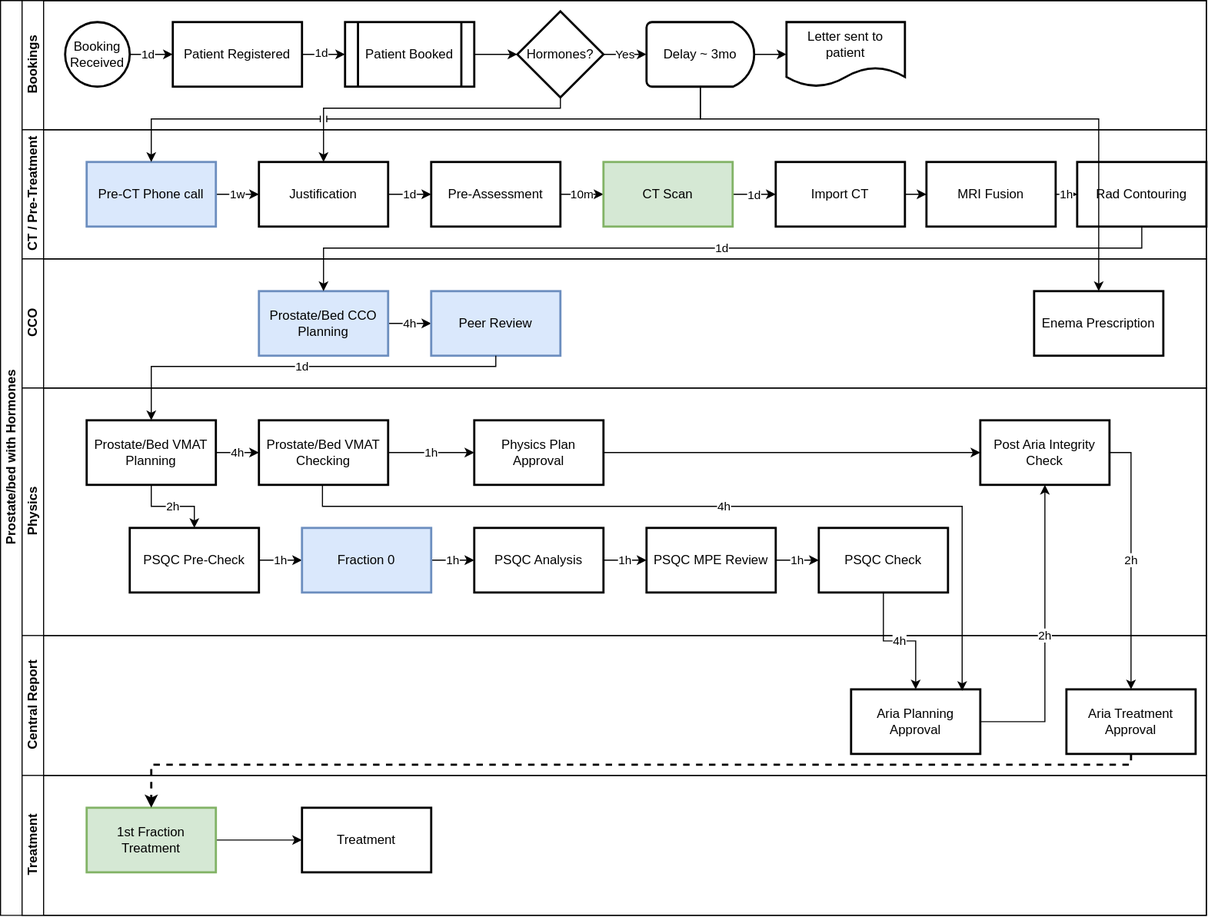
This is Assets/ProstateOnly_Hormone.svg from MCollins87/CarePathReview, a draw.io export, as it was before one commit. Source tidied: cells renumbered, new cells last; positions are measured from the earlier drawing's top-left corner, leaving out a move shared by most shapes.
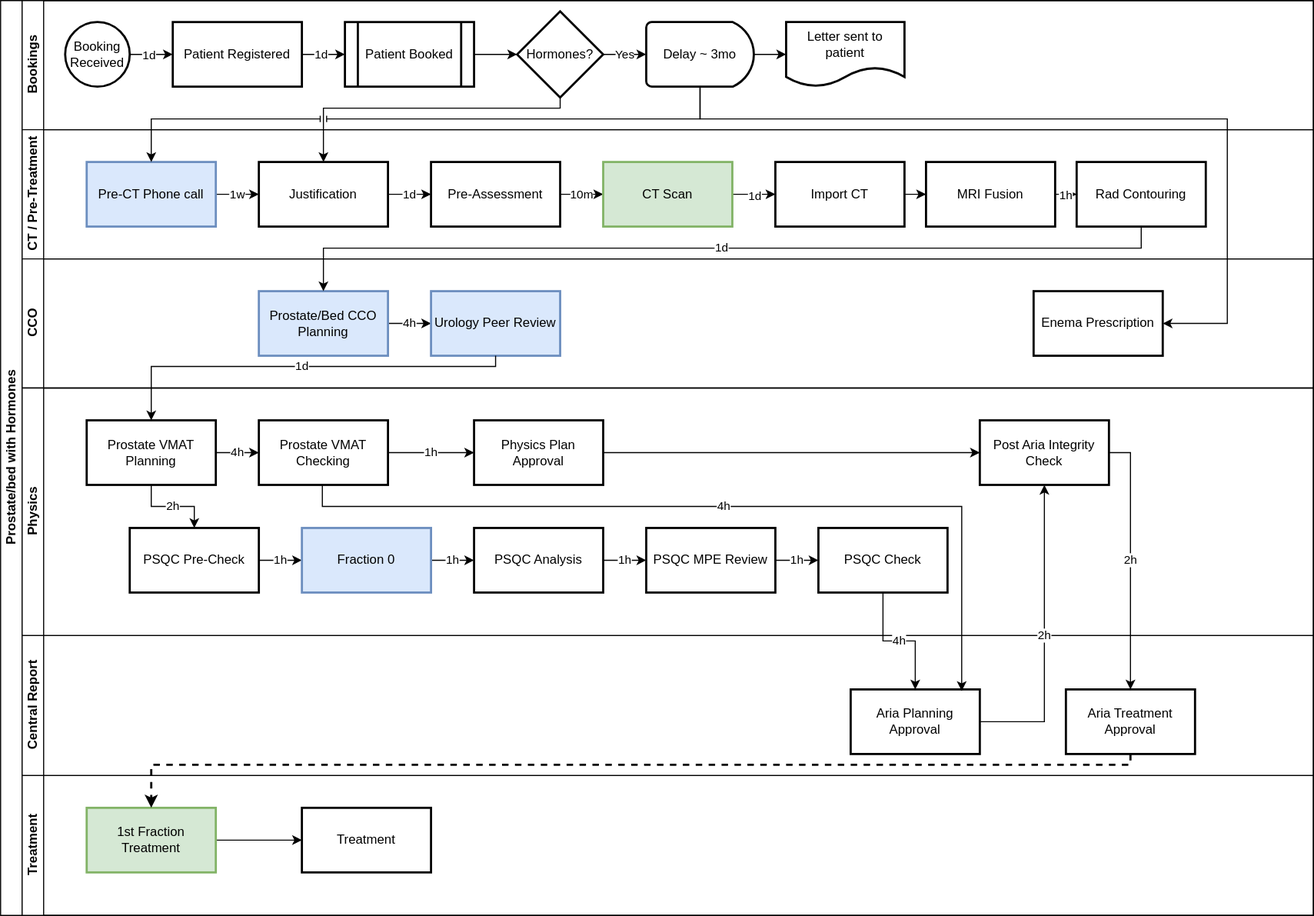
Above is the later version.

What changed in the source:
```diff
@@ -3,10 +3,10 @@
     <mxCell id="0" />
     <mxCell id="1" parent="0" />
     <mxCell id="2" value="Prostate/bed with Hormones" style="swimlane;html=1;horizontal=0;startSize=20;" parent="1" vertex="1">
-      <mxGeometry width="1120" height="850" as="geometry" />
+      <mxGeometry width="1220" height="850" as="geometry" />
     </mxCell>
     <mxCell id="3" value="Bookings" style="swimlane;html=1;startSize=20;horizontal=0;" parent="2" vertex="1">
-      <mxGeometry x="20" width="1100" height="120" as="geometry" />
+      <mxGeometry x="20" width="1200" height="120" as="geometry" />
     </mxCell>
     <mxCell id="4" style="edgeStyle=orthogonalEdgeStyle;rounded=0;jettySize=auto;html=1;" parent="3" edge="1" source="6" target="9">
       <mxGeometry relative="1" as="geometry" />
@@ -48,7 +48,7 @@
       <mxGeometry relative="1" as="geometry" />
     </mxCell>
     <mxCell id="17" value="CT / Pre-Treatment" style="swimlane;html=1;startSize=20;horizontal=0;" parent="2" vertex="1">
-      <mxGeometry x="20" y="120" width="1100" height="120" as="geometry" />
+      <mxGeometry x="20" y="120" width="1200" height="120" as="geometry" />
     </mxCell>
     <mxCell id="18" value="1w" style="edgeStyle=orthogonalEdgeStyle;rounded=0;jettySize=auto;html=1;" parent="17" edge="1" source="19" target="21">
       <mxGeometry relative="1" as="geometry" />
@@ -96,7 +96,7 @@
       <mxGeometry relative="1" as="geometry" />
     </mxCell>
     <mxCell id="33" value="CCO" style="swimlane;html=1;startSize=20;horizontal=0;" parent="2" vertex="1">
-      <mxGeometry x="20" y="240" width="1100" height="120" as="geometry" />
+      <mxGeometry x="20" y="240" width="1200" height="120" as="geometry" />
     </mxCell>
     <mxCell id="34" value="4h" style="edgeStyle=orthogonalEdgeStyle;rounded=0;jettySize=auto;html=1;" parent="33" edge="1" source="35" target="36">
       <mxGeometry relative="1" as="geometry" />
@@ -104,14 +104,14 @@
     <mxCell id="35" value="Prostate/Bed CCO Planning" style="whiteSpace=wrap;html=1;strokeWidth=2;fillColor=#dae8fc;strokeColor=#6c8ebf;" parent="33" vertex="1">
       <mxGeometry x="220" y="30" width="120" height="60" as="geometry" />
     </mxCell>
-    <mxCell id="36" value="Peer Review" style="whiteSpace=wrap;html=1;strokeWidth=2;fillColor=#dae8fc;strokeColor=#6c8ebf;" parent="33" vertex="1">
+    <mxCell id="36" value="Urology Peer Review" style="whiteSpace=wrap;html=1;strokeWidth=2;fillColor=#dae8fc;strokeColor=#6c8ebf;" parent="33" vertex="1">
       <mxGeometry x="380" y="30" width="120" height="60" as="geometry" />
     </mxCell>
     <mxCell id="37" value="Enema Prescription" style="whiteSpace=wrap;html=1;strokeWidth=2;" parent="33" vertex="1">
       <mxGeometry x="940" y="30" width="120" height="60" as="geometry" />
     </mxCell>
     <mxCell id="38" value="Physics" style="swimlane;html=1;startSize=20;horizontal=0;" parent="2" vertex="1">
-      <mxGeometry x="20" y="360" width="1100" height="230" as="geometry" />
+      <mxGeometry x="20" y="360" width="1200" height="230" as="geometry" />
     </mxCell>
     <mxCell id="39" value="4h" style="edgeStyle=orthogonalEdgeStyle;rounded=0;jettySize=auto;html=1;" parent="38" edge="1" source="41" target="43">
       <mxGeometry relative="1" as="geometry" />
@@ -119,13 +119,13 @@
     <mxCell id="40" value="2h" style="edgeStyle=orthogonalEdgeStyle;rounded=0;jettySize=auto;html=1;" parent="38" edge="1" source="41" target="45">
       <mxGeometry relative="1" as="geometry" />
     </mxCell>
-    <mxCell id="41" value="Prostate/Bed VMAT Planning" style="whiteSpace=wrap;html=1;strokeWidth=2;" parent="38" vertex="1">
+    <mxCell id="41" value="Prostate VMAT Planning" style="whiteSpace=wrap;html=1;strokeWidth=2;" parent="38" vertex="1">
       <mxGeometry x="60" y="30" width="120" height="60" as="geometry" />
     </mxCell>
     <mxCell id="42" value="1h" style="edgeStyle=orthogonalEdgeStyle;rounded=0;jettySize=auto;html=1;" parent="38" edge="1" source="43" target="54">
       <mxGeometry relative="1" as="geometry" />
     </mxCell>
-    <mxCell id="43" value="Prostate/Bed VMAT Checking" style="whiteSpace=wrap;html=1;strokeWidth=2;" parent="38" vertex="1">
+    <mxCell id="43" value="Prostate VMAT Checking" style="whiteSpace=wrap;html=1;strokeWidth=2;" parent="38" vertex="1">
       <mxGeometry x="220" y="30" width="120" height="60" as="geometry" />
     </mxCell>
     <mxCell id="44" value="1h" style="edgeStyle=orthogonalEdgeStyle;rounded=0;jettySize=auto;html=1;" parent="38" edge="1" source="45" target="47">
@@ -165,7 +165,7 @@
       <mxGeometry x="890" y="30" width="120" height="60" as="geometry" />
     </mxCell>
     <mxCell id="56" value="Central Report" style="swimlane;html=1;startSize=20;horizontal=0;" parent="2" vertex="1">
-      <mxGeometry x="20" y="590" width="1100" height="130" as="geometry" />
+      <mxGeometry x="20" y="590" width="1200" height="130" as="geometry" />
     </mxCell>
     <mxCell id="57" value="Aria Planning Approval" style="whiteSpace=wrap;html=1;strokeWidth=2;" parent="56" vertex="1">
       <mxGeometry x="770" y="50" width="120" height="60" as="geometry" />
@@ -174,7 +174,7 @@
       <mxGeometry x="970" y="50" width="120" height="60" as="geometry" />
     </mxCell>
     <mxCell id="59" value="Treatment" style="swimlane;html=1;startSize=20;horizontal=0;" parent="2" vertex="1">
-      <mxGeometry x="20" y="720" width="1100" height="130" as="geometry" />
+      <mxGeometry x="20" y="720" width="1200" height="130" as="geometry" />
     </mxCell>
     <mxCell id="60" style="edgeStyle=orthogonalEdgeStyle;rounded=0;jettySize=auto;html=1;" parent="59" edge="1" source="61" target="62">
       <mxGeometry relative="1" as="geometry" />
@@ -249,11 +249,12 @@
         </Array>
       </mxGeometry>
     </mxCell>
-    <mxCell id="72" style="edgeStyle=orthogonalEdgeStyle;rounded=0;jettySize=auto;html=1;exitX=0.5;exitY=1;exitDx=0;exitDy=0;exitPerimeter=0;entryX=0.5;entryY=0;entryDx=0;entryDy=0;" parent="2" edge="1" source="12" target="37">
+    <mxCell id="72" style="edgeStyle=orthogonalEdgeStyle;rounded=0;jettySize=auto;html=1;exitX=0.5;exitY=1;exitDx=0;exitDy=0;exitPerimeter=0;entryX=1;entryY=0.5;entryDx=0;entryDy=0;" parent="2" edge="1" source="12" target="37">
       <mxGeometry relative="1" as="geometry">
         <Array as="points">
           <mxPoint x="650" y="110" />
-          <mxPoint x="1020" y="110" />
+          <mxPoint x="1140" y="110" />
+          <mxPoint x="1140" y="300" />
         </Array>
       </mxGeometry>
     </mxCell>
```
